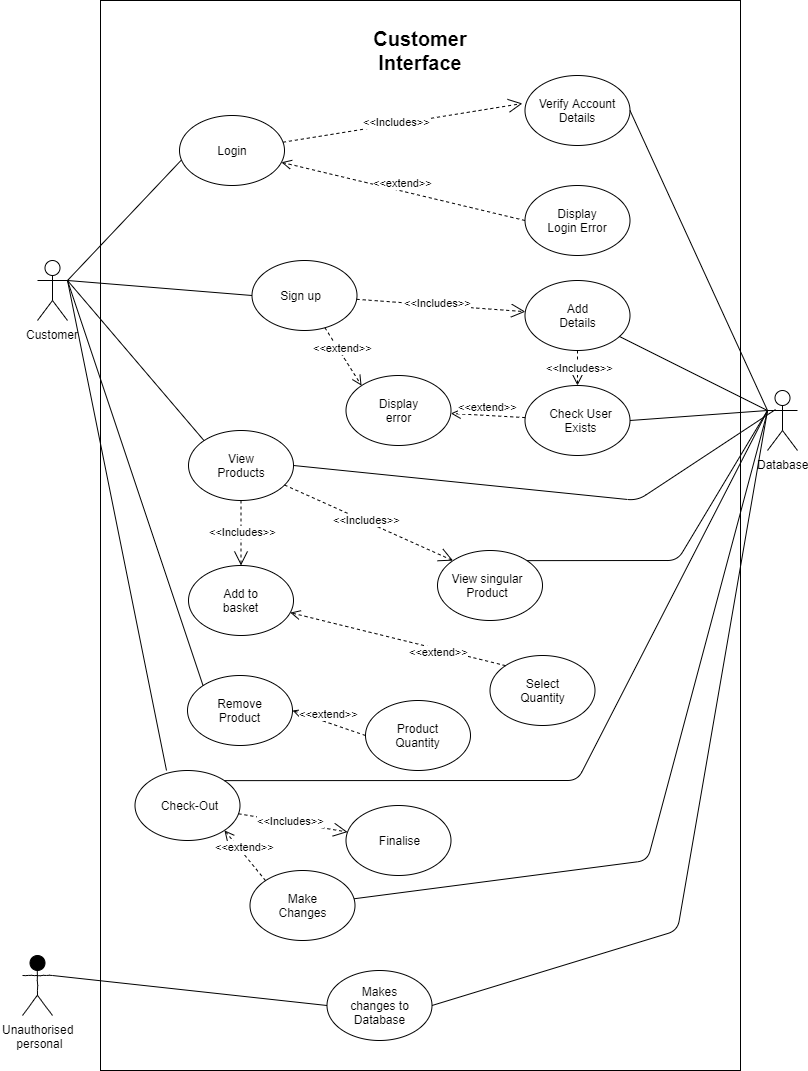
ElliotHarding/Uni_SysDes keeps this draw.io diagram as Submission v1/Use cases.png. Above is the earlier version. Source tidied: cells renumbered, new cells last; positions are measured from the earlier drawing's top-left corner, leaving out a move shared by most shapes. Source of this version:
```xml
<mxGraphModel>
  <root>
    <mxCell id="0" />
    <mxCell id="1" parent="0" />
    <mxCell id="2" value="Customer" style="shape=umlActor;verticalLabelPosition=bottom;labelBackgroundColor=#ffffff;verticalAlign=top;html=1;" parent="1" vertex="1">
      <mxGeometry x="15" y="260" width="30" height="60" as="geometry" />
    </mxCell>
    <mxCell id="3" style="rounded=0;whiteSpace=wrap;html=1;fillColor=none;gradientColor=none;glass=0;shadow=0;" parent="1" vertex="1">
      <mxGeometry x="78" width="640" height="1070" as="geometry" />
    </mxCell>
    <mxCell id="4" value="&lt;b&gt;&lt;font style=&quot;font-size: 20px&quot;&gt;Customer Interface&lt;/font&gt;&lt;/b&gt;" style="text;html=1;strokeColor=none;fillColor=none;align=center;verticalAlign=middle;whiteSpace=wrap;rounded=0;" parent="1" vertex="1">
      <mxGeometry x="348" y="30" width="100" height="40" as="geometry" />
    </mxCell>
    <mxCell id="5" style="ellipse;whiteSpace=wrap;html=1;fillColor=none;gradientColor=none;" parent="1" vertex="1">
      <mxGeometry x="157" y="115" width="105" height="70" as="geometry" />
    </mxCell>
    <mxCell id="6" value="Login" style="text;html=1;strokeColor=none;fillColor=none;align=center;verticalAlign=middle;whiteSpace=wrap;rounded=0;" parent="1" vertex="1">
      <mxGeometry x="189.5" y="140" width="40" height="20" as="geometry" />
    </mxCell>
    <mxCell id="7" style="ellipse;whiteSpace=wrap;html=1;fillColor=none;gradientColor=none;" parent="1" vertex="1">
      <mxGeometry x="502.5" y="75" width="105" height="70" as="geometry" />
    </mxCell>
    <mxCell id="8" value="Verify Account Details" style="text;html=1;strokeColor=none;fillColor=none;align=center;verticalAlign=middle;whiteSpace=wrap;rounded=0;" parent="1" vertex="1">
      <mxGeometry x="510" y="100" width="90" height="20" as="geometry" />
    </mxCell>
    <mxCell id="9" style="ellipse;whiteSpace=wrap;html=1;fillColor=none;gradientColor=none;" parent="1" vertex="1">
      <mxGeometry x="502.5" y="185" width="105" height="70" as="geometry" />
    </mxCell>
    <mxCell id="10" value="Display Login Error" style="text;html=1;strokeColor=none;fillColor=none;align=center;verticalAlign=middle;whiteSpace=wrap;rounded=0;" parent="1" vertex="1">
      <mxGeometry x="520" y="210" width="70" height="20" as="geometry" />
    </mxCell>
    <mxCell id="11" style="ellipse;whiteSpace=wrap;html=1;fillColor=none;gradientColor=none;" parent="1" vertex="1">
      <mxGeometry x="229.5" y="260" width="105" height="70" as="geometry" />
    </mxCell>
    <mxCell id="12" value="Sign up" style="text;html=1;strokeColor=none;fillColor=none;align=center;verticalAlign=middle;whiteSpace=wrap;rounded=0;" parent="1" vertex="1">
      <mxGeometry x="255" y="285" width="47" height="20" as="geometry" />
    </mxCell>
    <mxCell id="13" value="&amp;lt;&amp;lt;Includes&amp;gt;&amp;gt;" style="endArrow=open;endSize=12;dashed=1;html=1;strokeWidth=1;entryX=-0.025;entryY=0.4;entryDx=0;entryDy=0;entryPerimeter=0;" parent="1" edge="1" source="5" target="7">
      <mxGeometry x="-0.04" y="2" relative="1" as="geometry" />
    </mxCell>
    <mxCell id="14" value="&amp;lt;&amp;lt;extend&amp;gt;&amp;gt;" style="html=1;verticalAlign=bottom;endArrow=open;dashed=1;endSize=8;strokeWidth=1;exitX=0;exitY=0.5;exitDx=0;exitDy=0;" parent="1" edge="1" source="9" target="5">
      <mxGeometry relative="1" as="geometry" />
    </mxCell>
    <mxCell id="15" value="Database" style="shape=umlActor;verticalLabelPosition=bottom;labelBackgroundColor=#ffffff;verticalAlign=top;html=1;fillColor=none;gradientColor=none;" parent="1" vertex="1">
      <mxGeometry x="745" y="390" width="30" height="60" as="geometry" />
    </mxCell>
    <mxCell id="16" style="endArrow=none;html=1;strokeWidth=1;entryX=0.017;entryY=0.638;entryDx=0;entryDy=0;entryPerimeter=0;exitX=1;exitY=0.3333333333333333;exitDx=0;exitDy=0;exitPerimeter=0;" parent="1" edge="1" source="2" target="5">
      <mxGeometry relative="1" as="geometry" />
    </mxCell>
    <mxCell id="17" style="endArrow=none;html=1;strokeWidth=1;entryX=0;entryY=0.5;entryDx=0;entryDy=0;exitX=1;exitY=0.3333333333333333;exitDx=0;exitDy=0;exitPerimeter=0;" parent="1" edge="1" source="2" target="11">
      <mxGeometry relative="1" as="geometry" />
    </mxCell>
    <mxCell id="18" style="ellipse;whiteSpace=wrap;html=1;fillColor=none;gradientColor=none;" parent="1" vertex="1">
      <mxGeometry x="166" y="430" width="105" height="70" as="geometry" />
    </mxCell>
    <mxCell id="19" value="View Products" style="text;html=1;strokeColor=none;fillColor=none;align=center;verticalAlign=middle;whiteSpace=wrap;rounded=0;" parent="1" vertex="1">
      <mxGeometry x="195" y="455" width="47" height="20" as="geometry" />
    </mxCell>
    <mxCell id="20" style="edgeStyle=orthogonalEdgeStyle;shape=link;rounded=0;orthogonalLoop=1;jettySize=auto;html=1;exitX=0.5;exitY=1;exitDx=0;exitDy=0;endArrow=open;endFill=0;strokeWidth=1;" parent="1" edge="1" source="8" target="8">
      <mxGeometry relative="1" as="geometry" />
    </mxCell>
    <mxCell id="21" style="ellipse;whiteSpace=wrap;html=1;fillColor=none;gradientColor=none;" parent="1" vertex="1">
      <mxGeometry x="502.5" y="280" width="105" height="70" as="geometry" />
    </mxCell>
    <mxCell id="22" value="Add Details" style="text;html=1;strokeColor=none;fillColor=none;align=center;verticalAlign=middle;whiteSpace=wrap;rounded=0;" parent="1" vertex="1">
      <mxGeometry x="531.5" y="305" width="47" height="20" as="geometry" />
    </mxCell>
    <mxCell id="23" value="&amp;lt;&amp;lt;Includes&amp;gt;&amp;gt;" style="endArrow=open;endSize=12;dashed=1;html=1;strokeWidth=1;" parent="1" edge="1" source="11" target="21">
      <mxGeometry x="-0.04" y="2" relative="1" as="geometry" />
    </mxCell>
    <mxCell id="24" style="endArrow=none;html=1;strokeWidth=1;entryX=0.017;entryY=0.638;entryDx=0;entryDy=0;entryPerimeter=0;" parent="1" edge="1" source="21">
      <mxGeometry relative="1" as="geometry">
        <mxPoint x="745" y="410" as="targetPoint" />
      </mxGeometry>
    </mxCell>
    <mxCell id="25" style="endArrow=none;html=1;strokeWidth=1;exitX=1;exitY=0.5;exitDx=0;exitDy=0;" parent="1" edge="1" source="7">
      <mxGeometry relative="1" as="geometry">
        <mxPoint x="745" y="410" as="targetPoint" />
      </mxGeometry>
    </mxCell>
    <mxCell id="26" style="ellipse;whiteSpace=wrap;html=1;fillColor=none;gradientColor=none;" parent="1" vertex="1">
      <mxGeometry x="502.5" y="385" width="105" height="70" as="geometry" />
    </mxCell>
    <mxCell id="27" value="Check User Exists" style="text;html=1;strokeColor=none;fillColor=none;align=center;verticalAlign=middle;whiteSpace=wrap;rounded=0;" parent="1" vertex="1">
      <mxGeometry x="525" y="410" width="67" height="20" as="geometry" />
    </mxCell>
    <mxCell id="28" value="&amp;lt;&amp;lt;Includes&amp;gt;&amp;gt;" style="endArrow=open;endSize=12;dashed=1;html=1;strokeWidth=1;entryX=0.5;entryY=0;entryDx=0;entryDy=0;exitX=0.5;exitY=1;exitDx=0;exitDy=0;" parent="1" edge="1" source="21" target="26">
      <mxGeometry x="-0.04" y="2" relative="1" as="geometry" />
    </mxCell>
    <mxCell id="29" style="endArrow=none;html=1;strokeWidth=1;exitX=1;exitY=0.5;exitDx=0;exitDy=0;" parent="1" edge="1" source="26">
      <mxGeometry relative="1" as="geometry">
        <mxPoint x="745" y="410" as="targetPoint" />
      </mxGeometry>
    </mxCell>
    <mxCell id="30" style="ellipse;whiteSpace=wrap;html=1;fillColor=none;gradientColor=none;" parent="1" vertex="1">
      <mxGeometry x="323.5" y="375" width="105" height="70" as="geometry" />
    </mxCell>
    <mxCell id="31" value="Display error" style="text;html=1;strokeColor=none;fillColor=none;align=center;verticalAlign=middle;whiteSpace=wrap;rounded=0;" parent="1" vertex="1">
      <mxGeometry x="342.5" y="400" width="67" height="20" as="geometry" />
    </mxCell>
    <mxCell id="32" value="&amp;lt;&amp;lt;extend&amp;gt;&amp;gt;" style="html=1;verticalAlign=bottom;endArrow=open;dashed=1;endSize=8;strokeWidth=1;" parent="1" edge="1" source="26" target="30">
      <mxGeometry relative="1" as="geometry" />
    </mxCell>
    <mxCell id="33" style="endArrow=none;html=1;strokeWidth=1;exitX=1;exitY=0.3333333333333333;exitDx=0;exitDy=0;exitPerimeter=0;entryX=0;entryY=0;entryDx=0;entryDy=0;" parent="1" edge="1" source="2" target="18">
      <mxGeometry relative="1" as="geometry" />
    </mxCell>
    <mxCell id="34" value="Unauthorised &lt;br&gt;personal" style="shape=umlActor;verticalLabelPosition=bottom;labelBackgroundColor=#ffffff;verticalAlign=top;html=1;rounded=0;shadow=0;glass=0;comic=1;fillColor=#000000;gradientColor=none;" parent="1" vertex="1">
      <mxGeometry y="955" width="30" height="60" as="geometry" />
    </mxCell>
    <mxCell id="35" style="ellipse;whiteSpace=wrap;html=1;fillColor=none;gradientColor=none;" parent="1" vertex="1">
      <mxGeometry x="166" y="565" width="105" height="70" as="geometry" />
    </mxCell>
    <mxCell id="36" value="Add to basket" style="text;html=1;strokeColor=none;fillColor=none;align=center;verticalAlign=middle;whiteSpace=wrap;rounded=0;" parent="1" vertex="1">
      <mxGeometry x="195" y="590" width="47" height="20" as="geometry" />
    </mxCell>
    <mxCell id="37" value="&amp;lt;&amp;lt;Includes&amp;gt;&amp;gt;" style="endArrow=open;endSize=12;dashed=1;html=1;strokeWidth=1;entryX=0.5;entryY=0;entryDx=0;entryDy=0;" parent="1" edge="1" source="18" target="35">
      <mxGeometry x="-0.04" y="2" relative="1" as="geometry" />
    </mxCell>
    <mxCell id="38" style="ellipse;whiteSpace=wrap;html=1;fillColor=none;gradientColor=none;" parent="1" vertex="1">
      <mxGeometry x="415" y="550" width="105" height="70" as="geometry" />
    </mxCell>
    <mxCell id="39" value="View singular Product" style="text;html=1;strokeColor=none;fillColor=none;align=center;verticalAlign=middle;whiteSpace=wrap;rounded=0;" parent="1" vertex="1">
      <mxGeometry x="425" y="575" width="80" height="20" as="geometry" />
    </mxCell>
    <mxCell id="40" style="endArrow=none;html=1;strokeWidth=1;exitX=1;exitY=0;exitDx=0;exitDy=0;" parent="1" edge="1" source="38">
      <mxGeometry relative="1" as="geometry">
        <mxPoint x="745" y="410" as="targetPoint" />
        <Array as="points">
          <mxPoint x="655" y="560" />
        </Array>
      </mxGeometry>
    </mxCell>
    <mxCell id="41" value="&amp;lt;&amp;lt;Includes&amp;gt;&amp;gt;" style="endArrow=open;endSize=12;dashed=1;html=1;strokeWidth=1;entryX=0;entryY=0;entryDx=0;entryDy=0;" parent="1" edge="1" source="18" target="38">
      <mxGeometry x="-0.04" y="2" relative="1" as="geometry" />
    </mxCell>
    <mxCell id="42" style="ellipse;whiteSpace=wrap;html=1;fillColor=none;gradientColor=none;" parent="1" vertex="1">
      <mxGeometry x="112.5" y="770" width="105" height="70" as="geometry" />
    </mxCell>
    <mxCell id="43" value="Check-Out" style="text;html=1;strokeColor=none;fillColor=none;align=center;verticalAlign=middle;whiteSpace=wrap;rounded=0;" parent="1" vertex="1">
      <mxGeometry x="134.5" y="795" width="63" height="20" as="geometry" />
    </mxCell>
    <mxCell id="44" style="ellipse;whiteSpace=wrap;html=1;fillColor=none;gradientColor=none;" parent="1" vertex="1">
      <mxGeometry x="323.5" y="805" width="105" height="70" as="geometry" />
    </mxCell>
    <mxCell id="45" value="Finalise" style="text;html=1;strokeColor=none;fillColor=none;align=center;verticalAlign=middle;whiteSpace=wrap;rounded=0;" parent="1" vertex="1">
      <mxGeometry x="344.5" y="830" width="63" height="20" as="geometry" />
    </mxCell>
    <mxCell id="46" value="&amp;lt;&amp;lt;Includes&amp;gt;&amp;gt;" style="endArrow=open;endSize=12;dashed=1;html=1;strokeWidth=1;" parent="1" edge="1" source="42" target="44">
      <mxGeometry x="-0.04" y="2" relative="1" as="geometry" />
    </mxCell>
    <mxCell id="47" style="ellipse;whiteSpace=wrap;html=1;fillColor=none;gradientColor=none;" parent="1" vertex="1">
      <mxGeometry x="165" y="675" width="105" height="70" as="geometry" />
    </mxCell>
    <mxCell id="48" value="Remove Product" style="text;html=1;strokeColor=none;fillColor=none;align=center;verticalAlign=middle;whiteSpace=wrap;rounded=0;" parent="1" vertex="1">
      <mxGeometry x="186" y="700" width="63" height="20" as="geometry" />
    </mxCell>
    <mxCell id="49" style="endArrow=none;html=1;strokeWidth=1;exitX=1;exitY=0.3333333333333333;exitDx=0;exitDy=0;exitPerimeter=0;entryX=0;entryY=0;entryDx=0;entryDy=0;" parent="1" edge="1" source="2" target="47">
      <mxGeometry relative="1" as="geometry" />
    </mxCell>
    <mxCell id="50" style="endArrow=none;html=1;strokeWidth=1;exitX=1;exitY=0.3333333333333333;exitDx=0;exitDy=0;exitPerimeter=0;entryX=0.3;entryY=0;entryDx=0;entryDy=0;entryPerimeter=0;" parent="1" edge="1" source="2" target="42">
      <mxGeometry relative="1" as="geometry" />
    </mxCell>
    <mxCell id="51" style="ellipse;whiteSpace=wrap;html=1;fillColor=none;gradientColor=none;" parent="1" vertex="1">
      <mxGeometry x="227.5" y="870" width="105" height="70" as="geometry" />
    </mxCell>
    <mxCell id="52" value="Make Changes" style="text;html=1;strokeColor=none;fillColor=none;align=center;verticalAlign=middle;whiteSpace=wrap;rounded=0;" parent="1" vertex="1">
      <mxGeometry x="248.5" y="895" width="63" height="20" as="geometry" />
    </mxCell>
    <mxCell id="53" value="&amp;lt;&amp;lt;extend&amp;gt;&amp;gt;" style="html=1;verticalAlign=bottom;endArrow=open;dashed=1;endSize=8;strokeWidth=1;exitX=0;exitY=0;exitDx=0;exitDy=0;entryX=1;entryY=1;entryDx=0;entryDy=0;" parent="1" edge="1" source="51" target="42">
      <mxGeometry relative="1" as="geometry" />
    </mxCell>
    <mxCell id="54" style="endArrow=none;html=1;strokeWidth=1;exitX=1;exitY=0;exitDx=0;exitDy=0;" parent="1" edge="1" source="42">
      <mxGeometry relative="1" as="geometry">
        <mxPoint x="745" y="410" as="targetPoint" />
        <Array as="points">
          <mxPoint x="555" y="780" />
        </Array>
      </mxGeometry>
    </mxCell>
    <mxCell id="55" style="ellipse;whiteSpace=wrap;html=1;fillColor=none;gradientColor=none;" parent="1" vertex="1">
      <mxGeometry x="343" y="700" width="105" height="70" as="geometry" />
    </mxCell>
    <mxCell id="56" value="Product Quantity" style="text;html=1;strokeColor=none;fillColor=none;align=center;verticalAlign=middle;whiteSpace=wrap;rounded=0;" parent="1" vertex="1">
      <mxGeometry x="364" y="725" width="63" height="20" as="geometry" />
    </mxCell>
    <mxCell id="57" value="&amp;lt;&amp;lt;extend&amp;gt;&amp;gt;" style="html=1;verticalAlign=bottom;endArrow=open;dashed=1;endSize=8;strokeWidth=1;exitX=0;exitY=0.5;exitDx=0;exitDy=0;entryX=1;entryY=0.5;entryDx=0;entryDy=0;" parent="1" edge="1" source="55" target="47">
      <mxGeometry relative="1" as="geometry" />
    </mxCell>
    <mxCell id="58" style="ellipse;whiteSpace=wrap;html=1;fillColor=none;gradientColor=none;" parent="1" vertex="1">
      <mxGeometry x="467.5" y="655" width="105" height="70" as="geometry" />
    </mxCell>
    <mxCell id="59" value="Select Quantity" style="text;html=1;strokeColor=none;fillColor=none;align=center;verticalAlign=middle;whiteSpace=wrap;rounded=0;" parent="1" vertex="1">
      <mxGeometry x="488.5" y="680" width="63" height="20" as="geometry" />
    </mxCell>
    <mxCell id="60" value="&amp;lt;&amp;lt;extend&amp;gt;&amp;gt;" style="html=1;verticalAlign=bottom;endArrow=open;dashed=1;endSize=8;strokeWidth=1;exitX=0;exitY=0;exitDx=0;exitDy=0;" parent="1" edge="1" source="58" target="35">
      <mxGeometry x="-0.41" y="11" relative="1" as="geometry" />
    </mxCell>
    <mxCell id="61" value="&amp;lt;&amp;lt;extend&amp;gt;&amp;gt;" style="html=1;verticalAlign=bottom;endArrow=open;dashed=1;endSize=8;strokeWidth=1;entryX=0;entryY=0;entryDx=0;entryDy=0;" parent="1" edge="1" source="11" target="30">
      <mxGeometry relative="1" as="geometry" />
    </mxCell>
    <mxCell id="62" style="endArrow=none;html=1;strokeWidth=1;exitX=1;exitY=0.5;exitDx=0;exitDy=0;entryX=0.267;entryY=0.317;entryDx=0;entryDy=0;entryPerimeter=0;" parent="1" edge="1" source="18" target="15">
      <mxGeometry relative="1" as="geometry">
        <Array as="points">
          <mxPoint x="615" y="500" />
        </Array>
      </mxGeometry>
    </mxCell>
    <mxCell id="63" style="endArrow=none;html=1;strokeWidth=1;" parent="1" edge="1" source="51">
      <mxGeometry relative="1" as="geometry">
        <mxPoint x="745" y="411" as="targetPoint" />
        <Array as="points">
          <mxPoint x="625" y="860" />
        </Array>
      </mxGeometry>
    </mxCell>
    <mxCell id="64" style="ellipse;whiteSpace=wrap;html=1;fillColor=none;gradientColor=none;" parent="1" vertex="1">
      <mxGeometry x="304.5" y="970" width="105" height="70" as="geometry" />
    </mxCell>
    <mxCell id="65" value="Makes changes to Database" style="text;html=1;strokeColor=none;fillColor=none;align=center;verticalAlign=middle;whiteSpace=wrap;rounded=0;" parent="1" vertex="1">
      <mxGeometry x="325.5" y="995" width="63" height="20" as="geometry" />
    </mxCell>
    <mxCell id="66" style="endArrow=none;html=1;strokeWidth=1;exitX=1;exitY=0.3333333333333333;exitDx=0;exitDy=0;exitPerimeter=0;entryX=0;entryY=0.5;entryDx=0;entryDy=0;" parent="1" edge="1" source="34" target="64">
      <mxGeometry relative="1" as="geometry" />
    </mxCell>
    <mxCell id="67" style="endArrow=none;html=1;strokeWidth=1;exitX=1;exitY=0.5;exitDx=0;exitDy=0;entryX=0;entryY=0.3333333333333333;entryDx=0;entryDy=0;entryPerimeter=0;" parent="1" edge="1" source="64" target="15">
      <mxGeometry relative="1" as="geometry">
        <Array as="points">
          <mxPoint x="655" y="930" />
        </Array>
      </mxGeometry>
    </mxCell>
  </root>
</mxGraphModel>
```
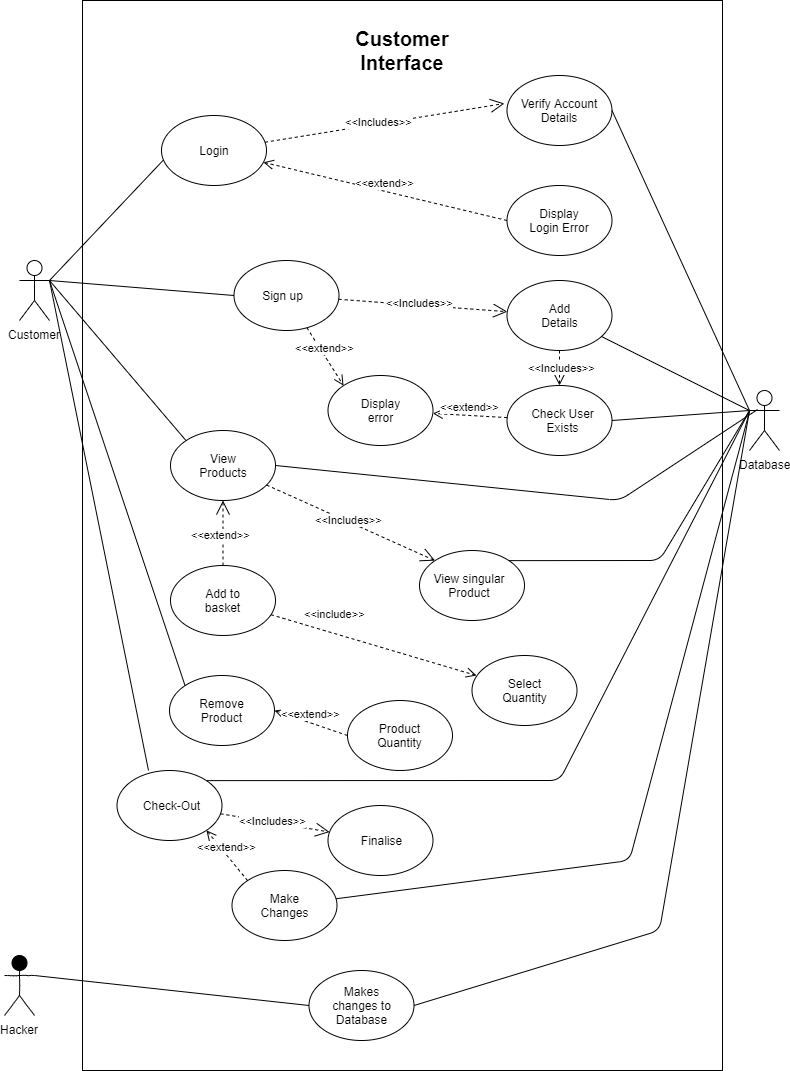
Above is the later version.

The edit, as a diff of the source:
```diff
@@ -104,7 +104,7 @@
     <mxCell id="33" style="endArrow=none;html=1;strokeWidth=1;exitX=1;exitY=0.3333333333333333;exitDx=0;exitDy=0;exitPerimeter=0;entryX=0;entryY=0;entryDx=0;entryDy=0;" parent="1" edge="1" source="2" target="18">
       <mxGeometry relative="1" as="geometry" />
     </mxCell>
-    <mxCell id="34" value="Unauthorised &lt;br&gt;personal" style="shape=umlActor;verticalLabelPosition=bottom;labelBackgroundColor=#ffffff;verticalAlign=top;html=1;rounded=0;shadow=0;glass=0;comic=1;fillColor=#000000;gradientColor=none;" parent="1" vertex="1">
+    <mxCell id="34" value="Hacker" style="shape=umlActor;verticalLabelPosition=bottom;labelBackgroundColor=#ffffff;verticalAlign=top;html=1;rounded=0;shadow=0;glass=0;comic=1;fillColor=#000000;gradientColor=none;" parent="1" vertex="1">
       <mxGeometry y="955" width="30" height="60" as="geometry" />
     </mxCell>
     <mxCell id="35" style="ellipse;whiteSpace=wrap;html=1;fillColor=none;gradientColor=none;" parent="1" vertex="1">
@@ -113,7 +113,7 @@
     <mxCell id="36" value="Add to basket" style="text;html=1;strokeColor=none;fillColor=none;align=center;verticalAlign=middle;whiteSpace=wrap;rounded=0;" parent="1" vertex="1">
       <mxGeometry x="195" y="590" width="47" height="20" as="geometry" />
     </mxCell>
-    <mxCell id="37" value="&amp;lt;&amp;lt;Includes&amp;gt;&amp;gt;" style="endArrow=open;endSize=12;dashed=1;html=1;strokeWidth=1;entryX=0.5;entryY=0;entryDx=0;entryDy=0;" parent="1" edge="1" source="18" target="35">
+    <mxCell id="37" value="&amp;lt;&amp;lt;extend&amp;gt;&amp;gt;" style="endArrow=open;endSize=12;dashed=1;html=1;strokeWidth=1;exitX=0.5;exitY=0;exitDx=0;exitDy=0;entryX=0.5;entryY=1;entryDx=0;entryDy=0;" parent="1" edge="1" source="35" target="18">
       <mxGeometry x="-0.04" y="2" relative="1" as="geometry" />
     </mxCell>
     <mxCell id="38" style="ellipse;whiteSpace=wrap;html=1;fillColor=none;gradientColor=none;" parent="1" vertex="1">
@@ -192,7 +192,7 @@
     <mxCell id="59" value="Select Quantity" style="text;html=1;strokeColor=none;fillColor=none;align=center;verticalAlign=middle;whiteSpace=wrap;rounded=0;" parent="1" vertex="1">
       <mxGeometry x="488.5" y="680" width="63" height="20" as="geometry" />
     </mxCell>
-    <mxCell id="60" value="&amp;lt;&amp;lt;extend&amp;gt;&amp;gt;" style="html=1;verticalAlign=bottom;endArrow=open;dashed=1;endSize=8;strokeWidth=1;exitX=0;exitY=0;exitDx=0;exitDy=0;" parent="1" edge="1" source="58" target="35">
+    <mxCell id="60" value="&amp;lt;&amp;lt;include&amp;gt;&amp;gt;" style="html=1;verticalAlign=bottom;endArrow=open;dashed=1;endSize=8;strokeWidth=1;entryX=0.043;entryY=0.286;entryDx=0;entryDy=0;entryPerimeter=0;" parent="1" edge="1" source="35" target="58">
       <mxGeometry x="-0.41" y="11" relative="1" as="geometry" />
     </mxCell>
     <mxCell id="61" value="&amp;lt;&amp;lt;extend&amp;gt;&amp;gt;" style="html=1;verticalAlign=bottom;endArrow=open;dashed=1;endSize=8;strokeWidth=1;entryX=0;entryY=0;entryDx=0;entryDy=0;" parent="1" edge="1" source="11" target="30">
```
